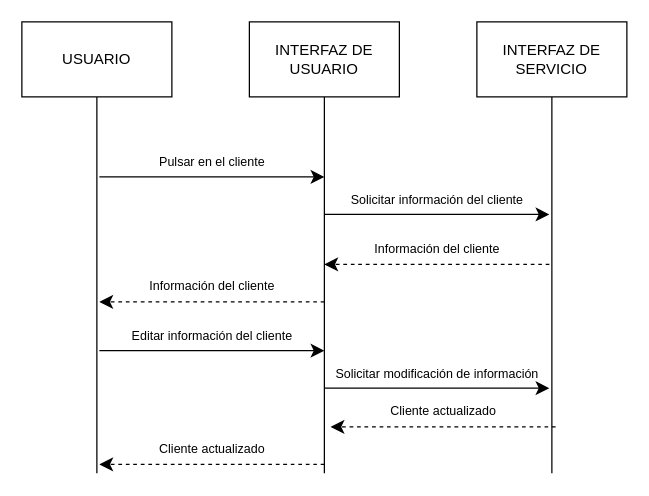
Before: diagrams/secuencia/DS-024.drawio in ClaudiaOviedoGovantes/ComercialPostigo, a draw.io diagram. Source tidied: cells renumbered, new cells numbered last; positions are measured from the earlier drawing's top-left corner, leaving out a move shared by most shapes. Both pictures are drawn from the tidied source at 125%, with x=0, y=0 at pixel (21, 21).
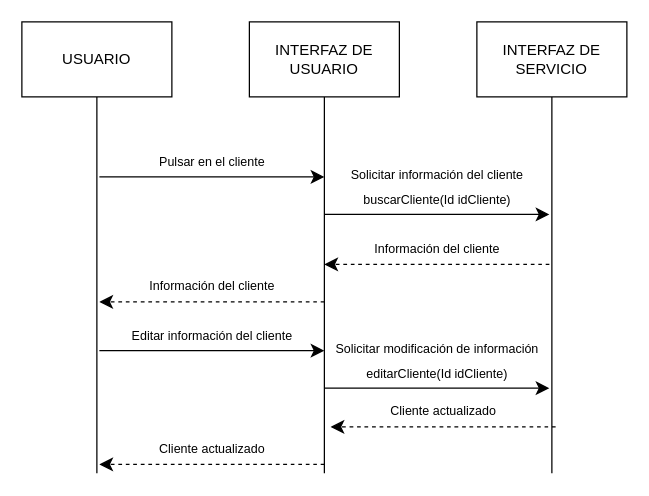
Above is the later version.

Change to the diagram source:
```diff
@@
-    <mxCell id="11" value="&lt;span style=&quot;font-size: 10px;&quot;&gt;Solicitar información del cliente&lt;/span&gt;" style="text;html=1;align=center;verticalAlign=middle;strokeColor=none;fillColor=none;fontSize=16;" parent="1" vertex="1">
-      <mxGeometry x="252" y="125" width="160" height="30" as="geometry" />
+    <mxCell id="11" value="&lt;span style=&quot;font-size: 10px;&quot;&gt;Solicitar información del cliente&lt;/span&gt;&lt;div&gt;&lt;span style=&quot;font-size: 10px;&quot;&gt;buscarCliente(Id idCliente)&lt;/span&gt;&lt;/div&gt;" style="text;html=1;align=center;verticalAlign=middle;strokeColor=none;fillColor=none;fontSize=16;" parent="1" vertex="1">
+      <mxGeometry x="254" y="105" width="156" height="50" as="geometry" />
     </mxCell>
@@
-    <mxCell id="19" value="&lt;span style=&quot;font-size: 10px;&quot;&gt;Solicitar modificación de información&lt;/span&gt;" style="text;html=1;align=center;verticalAlign=middle;strokeColor=none;fillColor=none;fontSize=16;" parent="1" vertex="1">
-      <mxGeometry x="237" y="264" width="190" height="30" as="geometry" />
+    <mxCell id="19" value="&lt;span style=&quot;font-size: 10px;&quot;&gt;Solicitar modificación de información&lt;/span&gt;&lt;div&gt;&lt;span style=&quot;font-size: 10px;&quot;&gt;editarCliente(Id idCliente)&lt;/span&gt;&lt;/div&gt;" style="text;html=1;align=center;verticalAlign=middle;strokeColor=none;fillColor=none;fontSize=16;" parent="1" vertex="1">
+      <mxGeometry x="242" y="244" width="180" height="50" as="geometry" />
     </mxCell>
```
